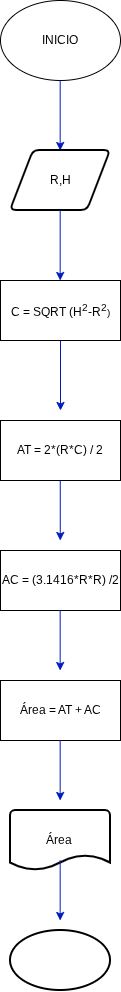
The draw.io diagram Ejercicio_6_Lucas.png in lucri1384/Pensamiento-computacional, before a commit. Source tidied: cells renumbered, new cells last; positions are measured from the earlier drawing's top-left corner, leaving out a move shared by most shapes.
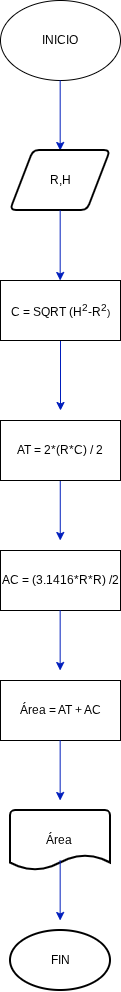
The same file after the commit.

What changed in the source:
```diff
@@ -80,7 +80,7 @@
         </Array>
       </mxGeometry>
     </mxCell>
-    <mxCell id="16" style="strokeWidth=2;html=1;shape=mxgraph.flowchart.start_1;whiteSpace=wrap;" parent="1" vertex="1">
+    <mxCell id="16" value="FIN" style="strokeWidth=2;html=1;shape=mxgraph.flowchart.start_1;whiteSpace=wrap;" parent="1" vertex="1">
       <mxGeometry x="10" y="930" width="100" height="60" as="geometry" />
     </mxCell>
   </root>
```
